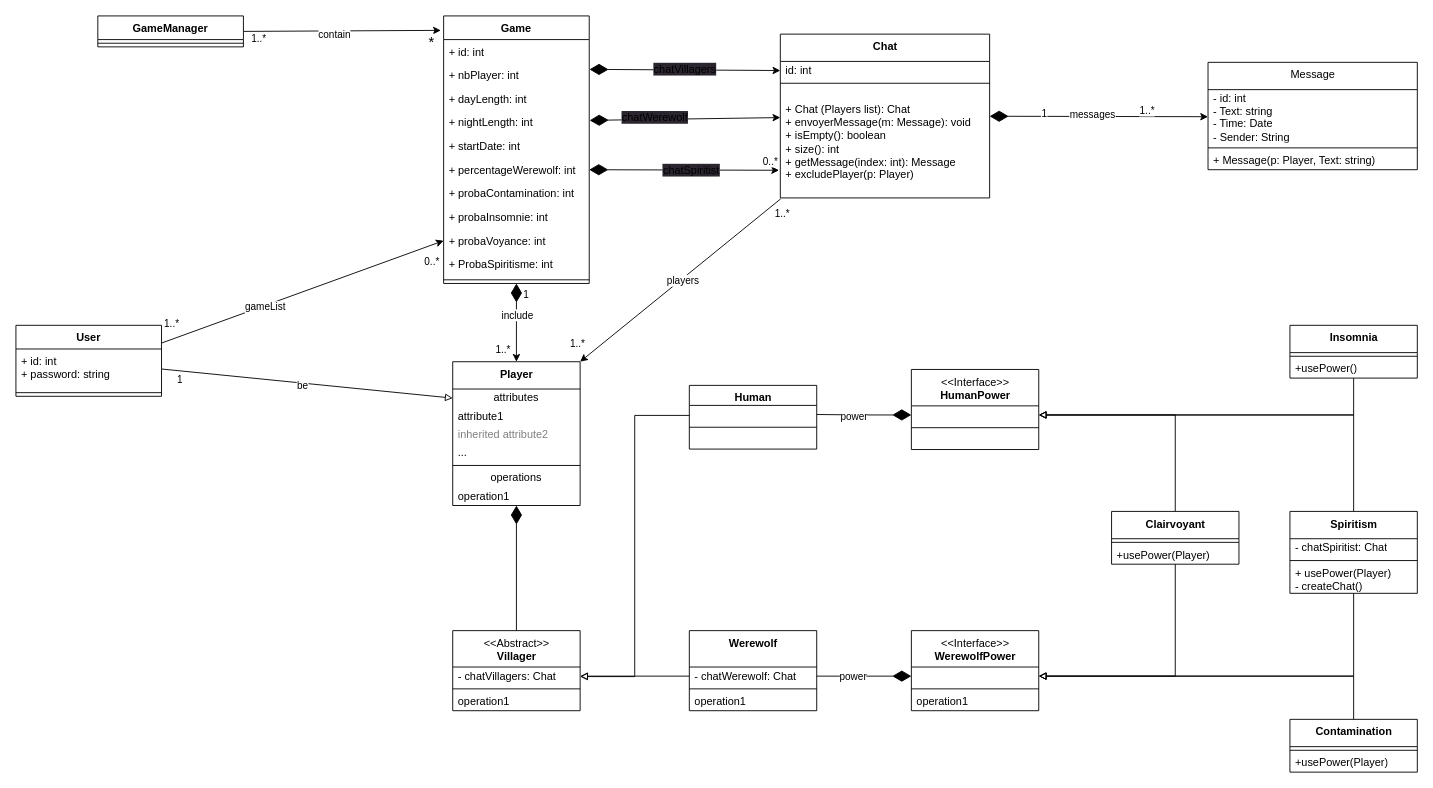
gfhuth/werewolf keeps this draw.io diagram as documentation/server/diagramme_de_classes_jeu.drawio. Above is the earlier version. Source tidied: cells renumbered, new cells numbered last; positions are measured from the earlier drawing's top-left corner, leaving out a move shared by most shapes. Both pictures are drawn from the tidied source at 91%, with x=0, y=0 at pixel (15, 15).
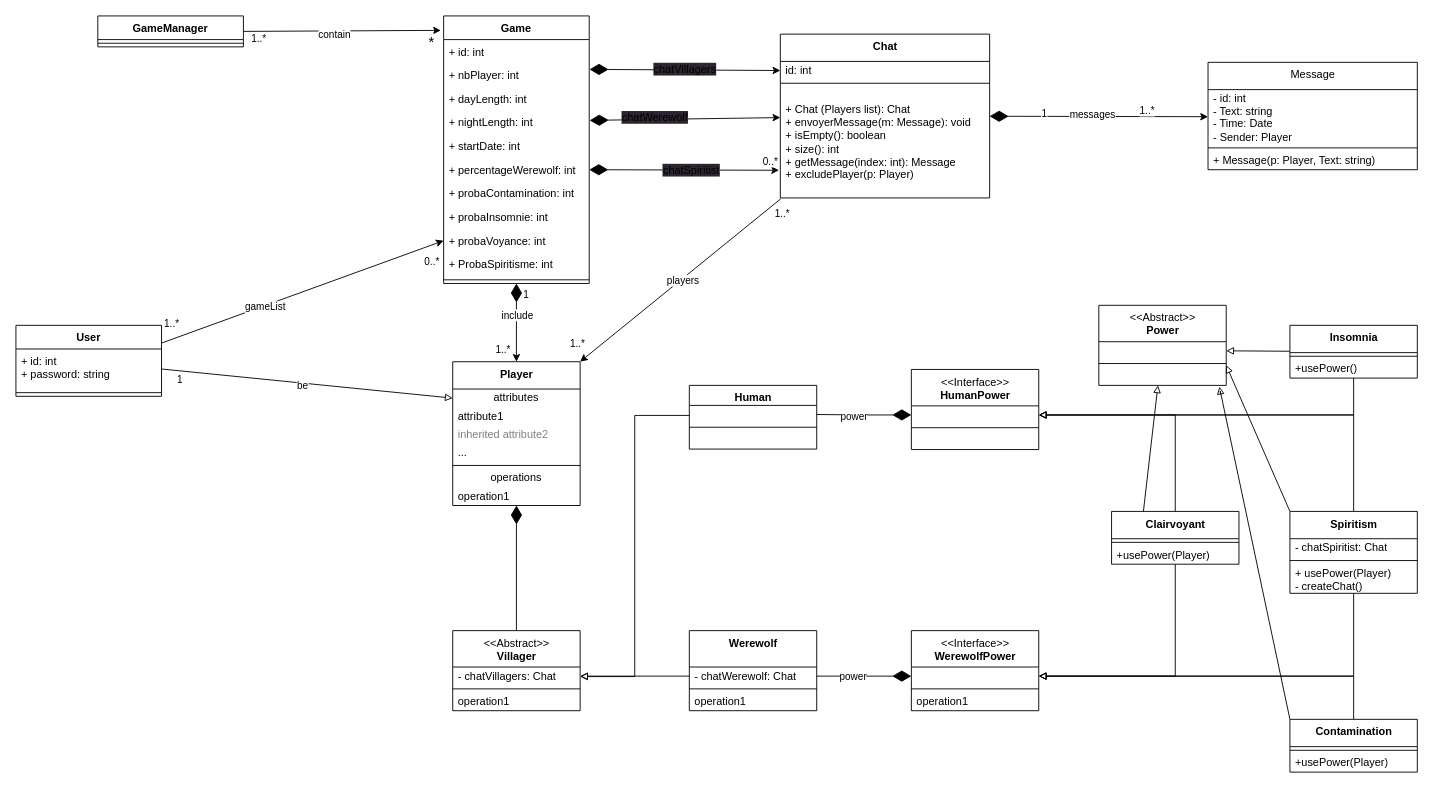
Above is the later version.

Commit message (it also covers changes not shown here):
extends Power implements Human/Werewolf-Power

The change refers to these unchanged cells:
```xml
<mxCell id="34" value="Message" style="swimlane;fontStyle=0;align=center;verticalAlign=top;horizontal=1;startSize=30;html=1;" parent="1" vertex="1">
  <mxGeometry x="1310" y="51" width="230" height="118" as="geometry" />
</mxCell>
<mxCell id="58" value="&lt;b&gt;Clairvoyant&lt;/b&gt;" style="swimlane;fontStyle=0;align=center;verticalAlign=top;horizontal=1;startSize=30;html=1;" parent="1" vertex="1">
  <mxGeometry x="1204" y="544.5" width="140" height="58" as="geometry" />
</mxCell>
<mxCell id="72" value="&lt;b class=&quot;b5&quot;&gt;Spiritism&lt;/b&gt;" style="swimlane;fontStyle=0;align=center;verticalAlign=top;horizontal=1;startSize=30;html=1;" parent="1" vertex="1">
  <mxGeometry x="1400" y="544.5" width="140" height="90" as="geometry" />
</mxCell>
<mxCell id="91" value="&lt;b class=&quot;b5&quot;&gt;Contamination&lt;/b&gt;&lt;b class=&quot;b4&quot;&gt;&lt;/b&gt;" style="swimlane;fontStyle=0;align=center;verticalAlign=top;horizontal=1;startSize=30;html=1;" parent="1" vertex="1">
  <mxGeometry x="1400" y="773" width="140" height="58" as="geometry" />
</mxCell>
<mxCell id="95" value="&lt;strong&gt;Insomnia&lt;br&gt;&lt;/strong&gt;" style="swimlane;fontStyle=0;align=center;verticalAlign=top;horizontal=1;startSize=30;html=1;" parent="1" vertex="1">
  <mxGeometry x="1400" y="340" width="140" height="58" as="geometry" />
</mxCell>
```

Diff of the diagram source:
```diff
@@
-    <mxCell id="35" value="- id: int&lt;br&gt;- Text: string&lt;br&gt;- Time: Date&lt;br&gt;- Sender: String&amp;nbsp;" style="text;html=1;strokeColor=none;fillColor=none;align=left;verticalAlign=middle;spacingLeft=4;spacingRight=4;overflow=hidden;points=[[0,0.5],[1,0.5]];portConstraint=eastwest;" parent="34" vertex="1">
+    <mxCell id="35" value="- id: int&lt;br&gt;- Text: string&lt;br&gt;- Time: Date&lt;br&gt;- Sender: Player&amp;nbsp;" style="text;html=1;strokeColor=none;fillColor=none;align=left;verticalAlign=middle;spacingLeft=4;spacingRight=4;overflow=hidden;points=[[0,0.5],[1,0.5]];portConstraint=eastwest;" parent="34" vertex="1">
       <mxGeometry y="30" width="230" height="60" as="geometry" />
     </mxCell>
@@
+    <mxCell id="110" style="edgeStyle=none;html=1;exitX=0.25;exitY=0;exitDx=0;exitDy=0;endArrow=block;endFill=0;" parent="1" edge="1" source="58" target="114">
+      <mxGeometry relative="1" as="geometry" />
+    </mxCell>
@@
+    <mxCell id="111" style="edgeStyle=none;html=1;exitX=0;exitY=0;exitDx=0;exitDy=0;entryX=1;entryY=0.75;entryDx=0;entryDy=0;endArrow=block;endFill=0;" parent="1" edge="1" source="72" target="114">
+      <mxGeometry relative="1" as="geometry" />
+    </mxCell>
@@
+    <mxCell id="112" style="edgeStyle=none;html=1;exitX=0;exitY=0;exitDx=0;exitDy=0;entryX=0.947;entryY=1.072;entryDx=0;entryDy=0;entryPerimeter=0;endArrow=block;endFill=0;" parent="1" edge="1" source="91" target="117">
+      <mxGeometry relative="1" as="geometry">
+        <Array as="points">
+          <mxPoint x="1323" y="410" />
+        </Array>
+      </mxGeometry>
+    </mxCell>
@@
+    <mxCell id="113" style="edgeStyle=none;html=1;entryX=1;entryY=0.5;entryDx=0;entryDy=0;endArrow=block;endFill=0;" parent="1" edge="1" source="95" target="115">
+      <mxGeometry relative="1" as="geometry" />
+    </mxCell>
@@
+    <mxCell id="114" value="&amp;lt;&amp;lt;Abstract&amp;gt;&amp;gt;&lt;br&gt;&lt;b&gt;Power&lt;/b&gt;" style="swimlane;fontStyle=0;align=center;verticalAlign=top;horizontal=1;startSize=40;html=1;strokeColor=default;" parent="1" vertex="1">
+      <mxGeometry x="1190" y="318" width="140" height="88" as="geometry" />
+    </mxCell>
+    <mxCell id="115" value="&amp;nbsp;" style="text;html=1;strokeColor=none;fillColor=none;align=left;verticalAlign=middle;spacingLeft=4;spacingRight=4;overflow=hidden;points=[[0,0.5],[1,0.5]];portConstraint=eastwest;" parent="114" vertex="1">
+      <mxGeometry y="40" width="140" height="20" as="geometry" />
+    </mxCell>
+    <mxCell id="116" style="line;strokeWidth=1;fillColor=none;align=left;verticalAlign=middle;spacingTop=-1;spacingLeft=3;spacingRight=3;labelPosition=right;strokeColor=default;" parent="114" vertex="1">
+      <mxGeometry y="60" width="140" height="8" as="geometry" />
+    </mxCell>
+    <mxCell id="117" value="&amp;nbsp;" style="text;html=1;strokeColor=none;fillColor=none;align=left;verticalAlign=middle;spacingLeft=4;spacingRight=4;overflow=hidden;points=[[0,0.5],[1,0.5]];portConstraint=eastwest;" parent="114" vertex="1">
+      <mxGeometry y="68" width="140" height="20" as="geometry" />
+    </mxCell>
```
